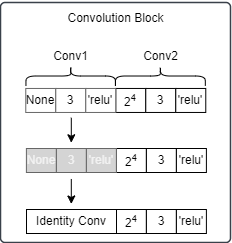
The draw.io diagram diagramas/Codificacion/identidad-conv.drawio.png in TT-NAS/NAS, before a commit. Source tidied: cells renumbered, new cells last; positions are measured from the earlier drawing's top-left corner, leaving out a move shared by most shapes. Source of this version:
```xml
<mxGraphModel background="#ffffff">
  <root>
    <mxCell id="0" />
    <mxCell id="1" parent="0" />
    <mxCell id="2" style="html=1;overflow=block;blockSpacing=1;whiteSpace=wrap;fontSize=13;align=center;spacing=3.8;strokeColor=#3a414a;strokeOpacity=100;fillOpacity=100;rounded=1;absoluteArcSize=1;arcSize=9;fillColor=#ffffff;strokeWidth=1.5;lucidId=gJQp8oDGqUhE;" parent="1" vertex="1">
      <mxGeometry y="2" width="230" height="240" as="geometry" />
    </mxCell>
    <mxCell id="3" value="None" style="rounded=0;whiteSpace=wrap;html=1;fillColor=#FFFFFF;fontColor=#000000;strokeColor=#666666;fontFamily=Helvetica;" parent="1" vertex="1">
      <mxGeometry x="25.3" y="88" width="30" height="24" as="geometry" />
    </mxCell>
    <mxCell id="4" value="3" style="rounded=0;whiteSpace=wrap;html=1;fillColor=#FFFFFF;fontColor=#000000;strokeColor=#666666;fontFamily=Helvetica;" parent="1" vertex="1">
      <mxGeometry x="55.3" y="88" width="30" height="24" as="geometry" />
    </mxCell>
    <mxCell id="5" value="2&lt;sup&gt;4&lt;/sup&gt;" style="rounded=0;whiteSpace=wrap;html=1;fontFamily=Helvetica;" parent="1" vertex="1">
      <mxGeometry x="115.3" y="88" width="30" height="24" as="geometry" />
    </mxCell>
    <mxCell id="6" value="3" style="rounded=0;whiteSpace=wrap;html=1;fontFamily=Helvetica;" parent="1" vertex="1">
      <mxGeometry x="145.3" y="88" width="30" height="24" as="geometry" />
    </mxCell>
    <mxCell id="7" value="'relu'" style="rounded=0;whiteSpace=wrap;html=1;fontFamily=Helvetica;" parent="1" vertex="1">
      <mxGeometry x="175.3" y="88" width="30" height="24" as="geometry" />
    </mxCell>
    <mxCell id="8" style="edgeStyle=none;html=1;fontFamily=Helvetica;" parent="1" edge="1">
      <mxGeometry relative="1" as="geometry">
        <mxPoint x="70.8" y="117.3" as="sourcePoint" />
        <mxPoint x="70.8" y="142.3" as="targetPoint" />
      </mxGeometry>
    </mxCell>
    <mxCell id="9" value="'relu'" style="rounded=0;whiteSpace=wrap;html=1;fillColor=#FFFFFF;fontColor=#000000;strokeColor=#666666;fontFamily=Helvetica;" parent="1" vertex="1">
      <mxGeometry x="85.3" y="88" width="30" height="24" as="geometry" />
    </mxCell>
    <mxCell id="10" value="Convolution Block" style="html=1;overflow=block;blockSpacing=1;whiteSpace=wrap;fontSize=12;align=center;spacing=0;rounded=1;absoluteArcSize=1;arcSize=9;strokeWidth=NaN;lucidId=CqJnj9rpIs9s;strokeColor=none;fillColor=none;" parent="1" vertex="1">
      <mxGeometry x="52.5" width="125" height="35" as="geometry" />
    </mxCell>
    <mxCell id="11" value="2&lt;sup&gt;4&lt;/sup&gt;" style="rounded=0;whiteSpace=wrap;html=1;fontFamily=Helvetica;" parent="1" vertex="1">
      <mxGeometry x="115.9" y="209" width="30" height="24" as="geometry" />
    </mxCell>
    <mxCell id="12" value="3" style="rounded=0;whiteSpace=wrap;html=1;fontFamily=Helvetica;" parent="1" vertex="1">
      <mxGeometry x="145.9" y="209" width="30" height="24" as="geometry" />
    </mxCell>
    <mxCell id="13" value="'relu'" style="rounded=0;whiteSpace=wrap;html=1;fontFamily=Helvetica;" parent="1" vertex="1">
      <mxGeometry x="175.9" y="209" width="30" height="24" as="geometry" />
    </mxCell>
    <mxCell id="14" value="Identity Conv" style="rounded=0;whiteSpace=wrap;html=1;fontFamily=Helvetica;" parent="1" vertex="1">
      <mxGeometry x="26" y="209" width="90" height="24" as="geometry" />
    </mxCell>
    <mxCell id="15" style="shape=curlyBracket;whiteSpace=wrap;html=1;rounded=1;labelPosition=left;verticalLabelPosition=middle;align=right;verticalAlign=middle;rotation=90;" parent="1" vertex="1">
      <mxGeometry x="60.2" y="30.8" width="20" height="89.5" as="geometry" />
    </mxCell>
    <mxCell id="16" style="shape=curlyBracket;whiteSpace=wrap;html=1;rounded=1;labelPosition=left;verticalLabelPosition=middle;align=right;verticalAlign=middle;rotation=90;" parent="1" vertex="1">
      <mxGeometry x="150.1" y="30.6" width="19.5" height="89.9" as="geometry" />
    </mxCell>
    <mxCell id="17" value="Conv1" style="html=1;overflow=block;blockSpacing=1;whiteSpace=wrap;fontSize=12;align=center;spacing=0;rounded=1;absoluteArcSize=1;arcSize=9;strokeWidth=NaN;lucidId=CqJnj9rpIs9s;strokeColor=none;fillColor=none;" parent="1" vertex="1">
      <mxGeometry x="7.7" y="38" width="125" height="35" as="geometry" />
    </mxCell>
    <mxCell id="18" value="Conv2" style="html=1;overflow=block;blockSpacing=1;whiteSpace=wrap;fontSize=12;align=center;spacing=0;rounded=1;absoluteArcSize=1;arcSize=9;strokeWidth=NaN;lucidId=CqJnj9rpIs9s;strokeColor=none;fillColor=none;" parent="1" vertex="1">
      <mxGeometry x="97.8" y="38" width="125" height="35" as="geometry" />
    </mxCell>
    <mxCell id="19" value="None" style="rounded=0;whiteSpace=wrap;html=1;fillColor=#D4D4D4;fontColor=#F2F2F2;strokeColor=#666666;fontFamily=Helvetica;" parent="1" vertex="1">
      <mxGeometry x="25.9" y="148" width="30" height="24" as="geometry" />
    </mxCell>
    <mxCell id="20" value="3" style="rounded=0;whiteSpace=wrap;html=1;fillColor=#D4D4D4;fontColor=#F2F2F2;strokeColor=#666666;fontFamily=Helvetica;" parent="1" vertex="1">
      <mxGeometry x="55.9" y="148" width="30" height="24" as="geometry" />
    </mxCell>
    <mxCell id="21" value="2&lt;sup&gt;4&lt;/sup&gt;" style="rounded=0;whiteSpace=wrap;html=1;fontFamily=Helvetica;" parent="1" vertex="1">
      <mxGeometry x="115.9" y="148" width="30" height="24" as="geometry" />
    </mxCell>
    <mxCell id="22" value="3" style="rounded=0;whiteSpace=wrap;html=1;fontFamily=Helvetica;" parent="1" vertex="1">
      <mxGeometry x="145.9" y="148" width="30" height="24" as="geometry" />
    </mxCell>
    <mxCell id="23" value="'relu'" style="rounded=0;whiteSpace=wrap;html=1;fontFamily=Helvetica;" parent="1" vertex="1">
      <mxGeometry x="175.9" y="148" width="30" height="24" as="geometry" />
    </mxCell>
    <mxCell id="24" value="'relu'" style="rounded=0;whiteSpace=wrap;html=1;fillColor=#D4D4D4;fontColor=#F2F2F2;strokeColor=#666666;fontFamily=Helvetica;" parent="1" vertex="1">
      <mxGeometry x="85.9" y="148" width="30" height="24" as="geometry" />
    </mxCell>
    <mxCell id="25" style="edgeStyle=none;html=1;fontFamily=Helvetica;" parent="1" edge="1">
      <mxGeometry relative="1" as="geometry">
        <mxPoint x="70.8" y="178.5" as="sourcePoint" />
        <mxPoint x="70.8" y="203.5" as="targetPoint" />
      </mxGeometry>
    </mxCell>
  </root>
</mxGraphModel>
```
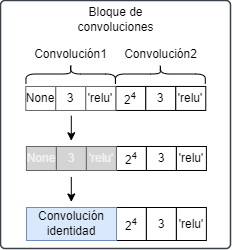
Above is the later version.

The edit, as a diff of the source:
```diff
@@ -3,7 +3,7 @@
     <mxCell id="0" />
     <mxCell id="1" parent="0" />
     <mxCell id="2" style="html=1;overflow=block;blockSpacing=1;whiteSpace=wrap;fontSize=13;align=center;spacing=3.8;strokeColor=#3a414a;strokeOpacity=100;fillOpacity=100;rounded=1;absoluteArcSize=1;arcSize=9;fillColor=#ffffff;strokeWidth=1.5;lucidId=gJQp8oDGqUhE;" parent="1" vertex="1">
-      <mxGeometry y="2" width="230" height="240" as="geometry" />
+      <mxGeometry y="2" width="230" height="248" as="geometry" />
     </mxCell>
     <mxCell id="3" value="None" style="rounded=0;whiteSpace=wrap;html=1;fillColor=#FFFFFF;fontColor=#000000;strokeColor=#666666;fontFamily=Helvetica;" parent="1" vertex="1">
       <mxGeometry x="25.3" y="88" width="30" height="24" as="geometry" />
@@ -29,20 +29,20 @@
     <mxCell id="9" value="'relu'" style="rounded=0;whiteSpace=wrap;html=1;fillColor=#FFFFFF;fontColor=#000000;strokeColor=#666666;fontFamily=Helvetica;" parent="1" vertex="1">
       <mxGeometry x="85.3" y="88" width="30" height="24" as="geometry" />
     </mxCell>
-    <mxCell id="10" value="Convolution Block" style="html=1;overflow=block;blockSpacing=1;whiteSpace=wrap;fontSize=12;align=center;spacing=0;rounded=1;absoluteArcSize=1;arcSize=9;strokeWidth=NaN;lucidId=CqJnj9rpIs9s;strokeColor=none;fillColor=none;" parent="1" vertex="1">
-      <mxGeometry x="52.5" width="125" height="35" as="geometry" />
+    <mxCell id="10" value="Bloque de convoluciones" style="html=1;overflow=block;blockSpacing=1;whiteSpace=wrap;fontSize=12;align=center;spacing=0;rounded=1;absoluteArcSize=1;arcSize=9;strokeWidth=NaN;lucidId=CqJnj9rpIs9s;strokeColor=none;fillColor=none;" parent="1" vertex="1">
+      <mxGeometry x="52.5" y="3" width="125" height="35" as="geometry" />
     </mxCell>
     <mxCell id="11" value="2&lt;sup&gt;4&lt;/sup&gt;" style="rounded=0;whiteSpace=wrap;html=1;fontFamily=Helvetica;" parent="1" vertex="1">
-      <mxGeometry x="115.9" y="209" width="30" height="24" as="geometry" />
+      <mxGeometry x="115.9" y="209" width="30" height="33" as="geometry" />
     </mxCell>
     <mxCell id="12" value="3" style="rounded=0;whiteSpace=wrap;html=1;fontFamily=Helvetica;" parent="1" vertex="1">
-      <mxGeometry x="145.9" y="209" width="30" height="24" as="geometry" />
+      <mxGeometry x="145.9" y="209" width="30" height="33" as="geometry" />
     </mxCell>
     <mxCell id="13" value="'relu'" style="rounded=0;whiteSpace=wrap;html=1;fontFamily=Helvetica;" parent="1" vertex="1">
-      <mxGeometry x="175.9" y="209" width="30" height="24" as="geometry" />
+      <mxGeometry x="175.9" y="209" width="30" height="33" as="geometry" />
     </mxCell>
-    <mxCell id="14" value="Identity Conv" style="rounded=0;whiteSpace=wrap;html=1;fontFamily=Helvetica;" parent="1" vertex="1">
-      <mxGeometry x="26" y="209" width="90" height="24" as="geometry" />
+    <mxCell id="14" value="Convolución identidad" style="rounded=0;whiteSpace=wrap;html=1;fontFamily=Helvetica;verticalAlign=bottom;fillColor=#dae8fc;strokeColor=#6c8ebf;" parent="1" vertex="1">
+      <mxGeometry x="26" y="209" width="90" height="33" as="geometry" />
     </mxCell>
     <mxCell id="15" style="shape=curlyBracket;whiteSpace=wrap;html=1;rounded=1;labelPosition=left;verticalLabelPosition=middle;align=right;verticalAlign=middle;rotation=90;" parent="1" vertex="1">
       <mxGeometry x="60.2" y="30.8" width="20" height="89.5" as="geometry" />
@@ -50,10 +50,10 @@
     <mxCell id="16" style="shape=curlyBracket;whiteSpace=wrap;html=1;rounded=1;labelPosition=left;verticalLabelPosition=middle;align=right;verticalAlign=middle;rotation=90;" parent="1" vertex="1">
       <mxGeometry x="150.1" y="30.6" width="19.5" height="89.9" as="geometry" />
     </mxCell>
-    <mxCell id="17" value="Conv1" style="html=1;overflow=block;blockSpacing=1;whiteSpace=wrap;fontSize=12;align=center;spacing=0;rounded=1;absoluteArcSize=1;arcSize=9;strokeWidth=NaN;lucidId=CqJnj9rpIs9s;strokeColor=none;fillColor=none;" parent="1" vertex="1">
+    <mxCell id="17" value="Convolución1" style="html=1;overflow=block;blockSpacing=1;whiteSpace=wrap;fontSize=12;align=center;spacing=0;rounded=1;absoluteArcSize=1;arcSize=9;strokeWidth=NaN;lucidId=CqJnj9rpIs9s;strokeColor=none;fillColor=none;" parent="1" vertex="1">
       <mxGeometry x="7.7" y="38" width="125" height="35" as="geometry" />
     </mxCell>
-    <mxCell id="18" value="Conv2" style="html=1;overflow=block;blockSpacing=1;whiteSpace=wrap;fontSize=12;align=center;spacing=0;rounded=1;absoluteArcSize=1;arcSize=9;strokeWidth=NaN;lucidId=CqJnj9rpIs9s;strokeColor=none;fillColor=none;" parent="1" vertex="1">
+    <mxCell id="18" value="Convolución2" style="html=1;overflow=block;blockSpacing=1;whiteSpace=wrap;fontSize=12;align=center;spacing=0;rounded=1;absoluteArcSize=1;arcSize=9;strokeWidth=NaN;lucidId=CqJnj9rpIs9s;strokeColor=none;fillColor=none;" parent="1" vertex="1">
       <mxGeometry x="97.8" y="38" width="125" height="35" as="geometry" />
     </mxCell>
     <mxCell id="19" value="None" style="rounded=0;whiteSpace=wrap;html=1;fillColor=#D4D4D4;fontColor=#F2F2F2;strokeColor=#666666;fontFamily=Helvetica;" parent="1" vertex="1">
```
